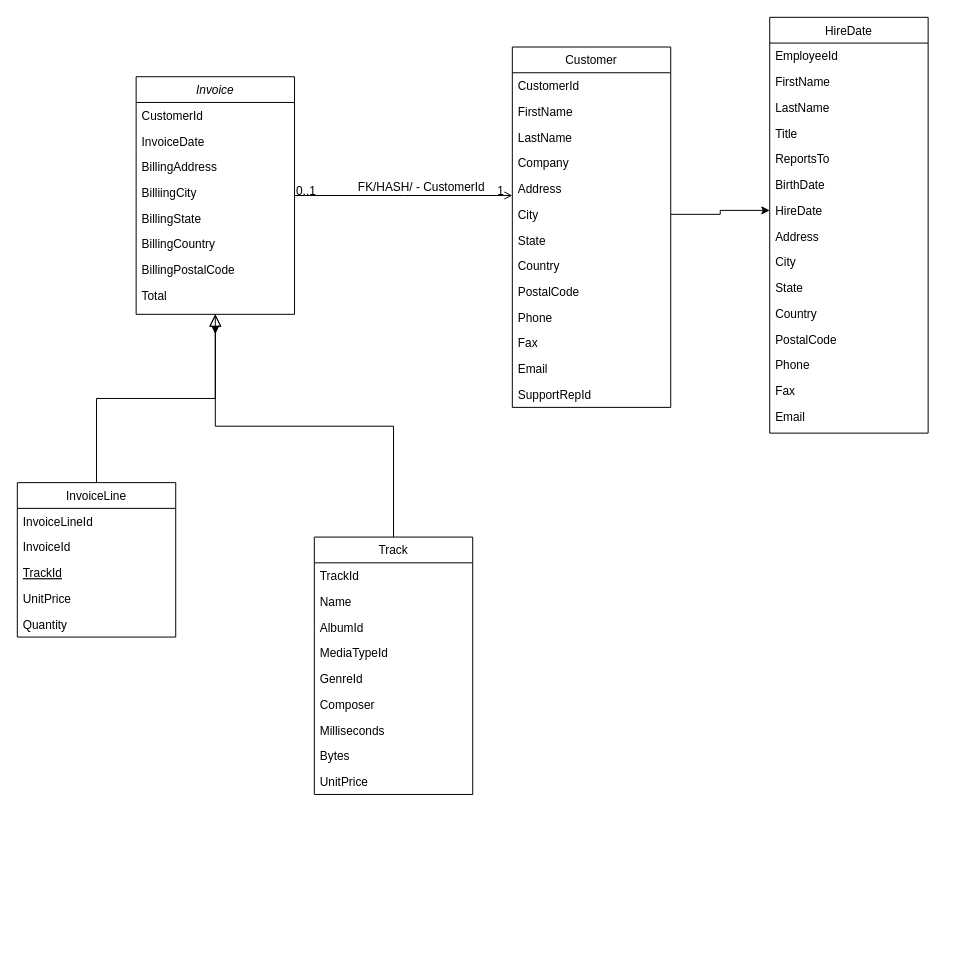
Before: Chinook/Untitled Diagram.drawio in andrepegoraro/analytics-engineering, a draw.io diagram. Source tidied: cells renumbered, new cells numbered last; positions are measured from the earlier drawing's top-left corner, leaving out a move shared by most shapes. Both pictures are drawn from the tidied source at 99%, with x=0, y=0 at pixel (17, 17).
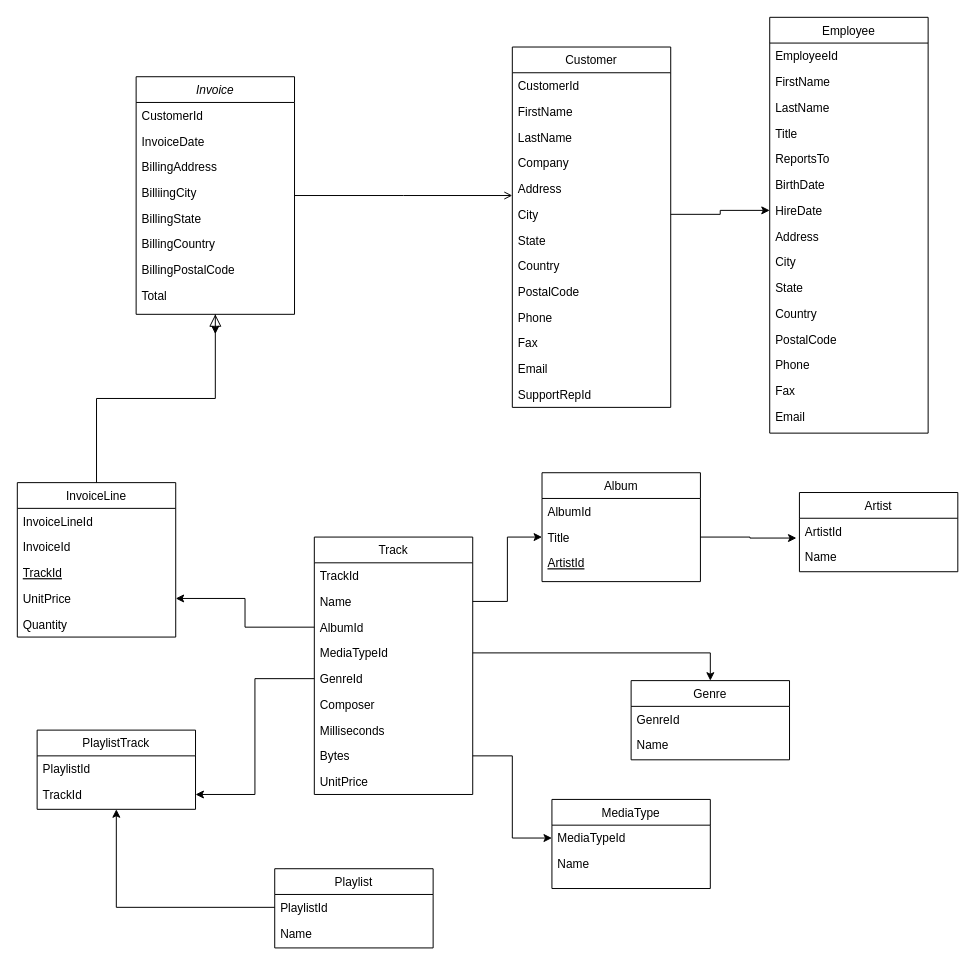
Above is the later version.

The change refers to these unchanged cells:
```xml
<mxCell id="3" value="Invoice" style="swimlane;fontStyle=2;align=center;verticalAlign=top;horizontal=1;startSize=26;rounded=0;shadow=0;strokeWidth=1;" parent="1" vertex="1">
  <mxGeometry x="120" y="60" width="160" height="240" as="geometry" />
</mxCell>
<mxCell id="16" value="UnitPrice" style="text;align=left;verticalAlign=top;spacingLeft=4;spacingRight=4;overflow=hidden;points=[[0,0.5],[1,0.5]];portConstraint=eastwest;" parent="12" vertex="1">
  <mxGeometry y="104" width="160" height="26" as="geometry" />
</mxCell>
<mxCell id="19" value="Track" style="swimlane;fontStyle=0;align=center;verticalAlign=top;horizontal=1;startSize=26;rounded=0;shadow=0;strokeWidth=1;" parent="1" vertex="1">
  <mxGeometry x="300" y="525" width="160" height="260" as="geometry" />
</mxCell>
<mxCell id="21" value="Name" style="text;align=left;verticalAlign=top;spacingLeft=4;spacingRight=4;overflow=hidden;points=[[0,0.5],[1,0.5]];portConstraint=eastwest;" parent="19" vertex="1">
  <mxGeometry y="52" width="160" height="26" as="geometry" />
</mxCell>
<mxCell id="22" value="AlbumId" style="text;align=left;verticalAlign=top;spacingLeft=4;spacingRight=4;overflow=hidden;points=[[0,0.5],[1,0.5]];portConstraint=eastwest;" parent="19" vertex="1">
  <mxGeometry y="78" width="160" height="26" as="geometry" />
</mxCell>
<mxCell id="23" value="MediaTypeId" style="text;align=left;verticalAlign=top;spacingLeft=4;spacingRight=4;overflow=hidden;points=[[0,0.5],[1,0.5]];portConstraint=eastwest;" parent="19" vertex="1">
  <mxGeometry y="104" width="160" height="26" as="geometry" />
</mxCell>
<mxCell id="24" value="GenreId" style="text;align=left;verticalAlign=top;spacingLeft=4;spacingRight=4;overflow=hidden;points=[[0,0.5],[1,0.5]];portConstraint=eastwest;" parent="19" vertex="1">
  <mxGeometry y="130" width="160" height="26" as="geometry" />
</mxCell>
<mxCell id="27" value="Bytes" style="text;align=left;verticalAlign=top;spacingLeft=4;spacingRight=4;overflow=hidden;points=[[0,0.5],[1,0.5]];portConstraint=eastwest;" parent="19" vertex="1">
  <mxGeometry y="208" width="160" height="26" as="geometry" />
</mxCell>
<mxCell id="44" style="endArrow=open;shadow=0;strokeWidth=1;rounded=0;endFill=1;edgeStyle=elbowEdgeStyle;elbow=vertical;" parent="1" edge="1" source="3" target="30">
  <mxGeometry x="0.5" y="41" relative="1" as="geometry">
    <mxPoint x="-40" y="32" as="offset" />
  </mxGeometry>
</mxCell>
```

Change to the diagram source:
```diff
@@
-    <mxCell id="29" style="endArrow=block;endSize=10;endFill=0;shadow=0;strokeWidth=1;rounded=0;edgeStyle=elbowEdgeStyle;elbow=vertical;" parent="1" edge="1" source="19" target="3">
-      <mxGeometry relative="1" as="geometry" />
-    </mxCell>
@@
-    <mxCell id="45" value="0..1" style="align=left;verticalAlign=bottom;labelBackgroundColor=none;fontSize=12;" parent="44" vertex="1">
-      <mxGeometry x="-1" relative="1" as="geometry">
-        <mxPoint y="4" as="offset" />
-      </mxGeometry>
-    </mxCell>
-    <mxCell id="46" value="1" style="align=right;verticalAlign=bottom;labelBackgroundColor=none;fontSize=12;" parent="44" vertex="1">
-      <mxGeometry x="1" relative="1" as="geometry">
-        <mxPoint x="-7" y="4" as="offset" />
-      </mxGeometry>
-    </mxCell>
-    <mxCell id="47" value="FK/HASH/ - CustomerId" style="text;html=1;align=center;verticalAlign=middle;labelBackgroundColor=none;rounded=0;shadow=0;strokeWidth=1;fontSize=12;" parent="44" vertex="1">
-      <mxGeometry x="0.5" y="49" relative="1" as="geometry">
-        <mxPoint x="-38" y="40" as="offset" />
-      </mxGeometry>
-    </mxCell>
-    <mxCell id="48" value="HireDate" style="swimlane;fontStyle=0;align=center;verticalAlign=top;horizontal=1;startSize=26;rounded=0;shadow=0;strokeWidth=1;" parent="1" vertex="1">
+    <mxCell id="48" value="Employee" style="swimlane;fontStyle=0;align=center;verticalAlign=top;horizontal=1;startSize=26;rounded=0;shadow=0;strokeWidth=1;" parent="1" vertex="1">
       <mxGeometry x="760" width="160" height="420" as="geometry" />
     </mxCell>
@@
+    <mxCell id="65" value="PlaylistTrack" style="swimlane;fontStyle=0;align=center;verticalAlign=top;horizontal=1;startSize=26;rounded=0;shadow=0;strokeWidth=1;" parent="1" vertex="1">
+      <mxGeometry x="20" y="720" width="160" height="80" as="geometry" />
+    </mxCell>
+    <mxCell id="66" value="PlaylistId" style="text;align=left;verticalAlign=top;spacingLeft=4;spacingRight=4;overflow=hidden;" parent="65" vertex="1">
+      <mxGeometry y="26" width="160" height="26" as="geometry" />
+    </mxCell>
+    <mxCell id="67" value="TrackId" style="text;align=left;verticalAlign=top;spacingLeft=4;spacingRight=4;overflow=hidden;points=[[0,0.5],[1,0.5]];portConstraint=eastwest;rounded=0;shadow=0;html=0;" parent="65" vertex="1">
+      <mxGeometry y="52" width="160" height="26" as="geometry" />
+    </mxCell>
+    <mxCell id="68" value="Album" style="swimlane;fontStyle=0;align=center;verticalAlign=top;horizontal=1;startSize=26;rounded=0;shadow=0;strokeWidth=1;" parent="1" vertex="1">
+      <mxGeometry x="530" y="460" width="160" height="110" as="geometry" />
+    </mxCell>
+    <mxCell id="69" value="AlbumId" style="text;align=left;verticalAlign=top;spacingLeft=4;spacingRight=4;overflow=hidden;" parent="68" vertex="1">
+      <mxGeometry y="26" width="160" height="26" as="geometry" />
+    </mxCell>
+    <mxCell id="70" value="Title" style="text;align=left;verticalAlign=top;spacingLeft=4;spacingRight=4;overflow=hidden;points=[[0,0.5],[1,0.5]];portConstraint=eastwest;rounded=0;shadow=0;html=0;" parent="68" vertex="1">
+      <mxGeometry y="52" width="160" height="26" as="geometry" />
+    </mxCell>
+    <mxCell id="71" value="ArtistId" style="text;align=left;verticalAlign=top;spacingLeft=4;spacingRight=4;overflow=hidden;fontStyle=4;" parent="68" vertex="1">
+      <mxGeometry y="78" width="160" height="26" as="geometry" />
+    </mxCell>
+    <mxCell id="72" value="Playlist" style="swimlane;fontStyle=0;align=center;verticalAlign=top;horizontal=1;startSize=26;rounded=0;shadow=0;strokeWidth=1;" parent="1" vertex="1">
+      <mxGeometry x="260" y="860" width="160" height="80" as="geometry" />
+    </mxCell>
+    <mxCell id="73" value="PlaylistId" style="text;align=left;verticalAlign=top;spacingLeft=4;spacingRight=4;overflow=hidden;points=[[0,0.5],[1,0.5]];portConstraint=eastwest;" parent="72" vertex="1">
+      <mxGeometry y="26" width="160" height="26" as="geometry" />
+    </mxCell>
+    <mxCell id="74" value="Name" style="text;align=left;verticalAlign=top;spacingLeft=4;spacingRight=4;overflow=hidden;rounded=0;shadow=0;html=0;" parent="72" vertex="1">
+      <mxGeometry y="52" width="160" height="26" as="geometry" />
+    </mxCell>
+    <mxCell id="75" value="Artist" style="swimlane;fontStyle=0;align=center;verticalAlign=top;horizontal=1;startSize=26;rounded=0;shadow=0;strokeWidth=1;" parent="1" vertex="1">
+      <mxGeometry x="790" y="480" width="160" height="80" as="geometry" />
+    </mxCell>
+    <mxCell id="76" value="ArtistId" style="text;align=left;verticalAlign=top;spacingLeft=4;spacingRight=4;overflow=hidden;points=[[0,0.5],[1,0.5]];portConstraint=eastwest;" parent="75" vertex="1">
+      <mxGeometry y="26" width="160" height="26" as="geometry" />
+    </mxCell>
+    <mxCell id="77" value="Name" style="text;align=left;verticalAlign=top;spacingLeft=4;spacingRight=4;overflow=hidden;rounded=0;shadow=0;html=0;" parent="75" vertex="1">
+      <mxGeometry y="52" width="160" height="26" as="geometry" />
+    </mxCell>
+    <mxCell id="78" value="Genre" style="swimlane;fontStyle=0;align=center;verticalAlign=top;horizontal=1;startSize=26;rounded=0;shadow=0;strokeWidth=1;" parent="1" vertex="1">
+      <mxGeometry x="620" y="670" width="160" height="80" as="geometry" />
+    </mxCell>
+    <mxCell id="79" value="GenreId" style="text;align=left;verticalAlign=top;spacingLeft=4;spacingRight=4;overflow=hidden;" parent="78" vertex="1">
+      <mxGeometry y="26" width="160" height="26" as="geometry" />
+    </mxCell>
+    <mxCell id="80" value="Name" style="text;align=left;verticalAlign=top;spacingLeft=4;spacingRight=4;overflow=hidden;rounded=0;shadow=0;html=0;" parent="78" vertex="1">
+      <mxGeometry y="52" width="160" height="26" as="geometry" />
+    </mxCell>
+    <mxCell id="81" value="MediaType" style="swimlane;fontStyle=0;align=center;verticalAlign=top;horizontal=1;startSize=26;rounded=0;shadow=0;strokeWidth=1;" parent="1" vertex="1">
+      <mxGeometry x="540" y="790" width="160" height="90" as="geometry" />
+    </mxCell>
+    <mxCell id="82" value="MediaTypeId" style="text;align=left;verticalAlign=top;spacingLeft=4;spacingRight=4;overflow=hidden;points=[[0,0.5],[1,0.5]];portConstraint=eastwest;" parent="81" vertex="1">
+      <mxGeometry y="26" width="160" height="26" as="geometry" />
+    </mxCell>
+    <mxCell id="83" value="Name" style="text;align=left;verticalAlign=top;spacingLeft=4;spacingRight=4;overflow=hidden;rounded=0;shadow=0;html=0;" parent="81" vertex="1">
+      <mxGeometry y="52" width="160" height="26" as="geometry" />
+    </mxCell>
+    <mxCell id="84" style="edgeStyle=orthogonalEdgeStyle;rounded=0;jettySize=auto;html=1;exitX=1;exitY=0.5;exitDx=0;exitDy=0;entryX=0;entryY=0.5;entryDx=0;entryDy=0;" parent="1" edge="1" source="21" target="70">
+      <mxGeometry relative="1" as="geometry" />
+    </mxCell>
+    <mxCell id="85" style="edgeStyle=orthogonalEdgeStyle;rounded=0;jettySize=auto;html=1;exitX=1;exitY=0.5;exitDx=0;exitDy=0;entryX=-0.019;entryY=0.769;entryDx=0;entryDy=0;entryPerimeter=0;" parent="1" edge="1" source="70" target="76">
+      <mxGeometry relative="1" as="geometry" />
+    </mxCell>
+    <mxCell id="86" style="edgeStyle=orthogonalEdgeStyle;rounded=0;jettySize=auto;html=1;exitX=1;exitY=0.5;exitDx=0;exitDy=0;entryX=0.5;entryY=0;entryDx=0;entryDy=0;" parent="1" edge="1" source="23" target="78">
+      <mxGeometry relative="1" as="geometry" />
+    </mxCell>
+    <mxCell id="87" style="edgeStyle=orthogonalEdgeStyle;rounded=0;jettySize=auto;html=1;exitX=1;exitY=0.5;exitDx=0;exitDy=0;" parent="1" edge="1" source="27" target="82">
+      <mxGeometry relative="1" as="geometry" />
+    </mxCell>
+    <mxCell id="88" style="edgeStyle=orthogonalEdgeStyle;rounded=0;jettySize=auto;html=1;exitX=0;exitY=0.5;exitDx=0;exitDy=0;entryX=1;entryY=0.5;entryDx=0;entryDy=0;" parent="1" edge="1" source="22" target="16">
+      <mxGeometry relative="1" as="geometry" />
+    </mxCell>
+    <mxCell id="89" style="edgeStyle=orthogonalEdgeStyle;rounded=0;jettySize=auto;html=1;exitX=0;exitY=0.5;exitDx=0;exitDy=0;entryX=1;entryY=0.5;entryDx=0;entryDy=0;" parent="1" edge="1" source="24" target="67">
+      <mxGeometry relative="1" as="geometry" />
+    </mxCell>
+    <mxCell id="90" style="edgeStyle=orthogonalEdgeStyle;rounded=0;jettySize=auto;html=1;exitX=0;exitY=0.5;exitDx=0;exitDy=0;entryX=0.5;entryY=1;entryDx=0;entryDy=0;" parent="1" edge="1" source="73" target="65">
+      <mxGeometry relative="1" as="geometry" />
+    </mxCell>
```
